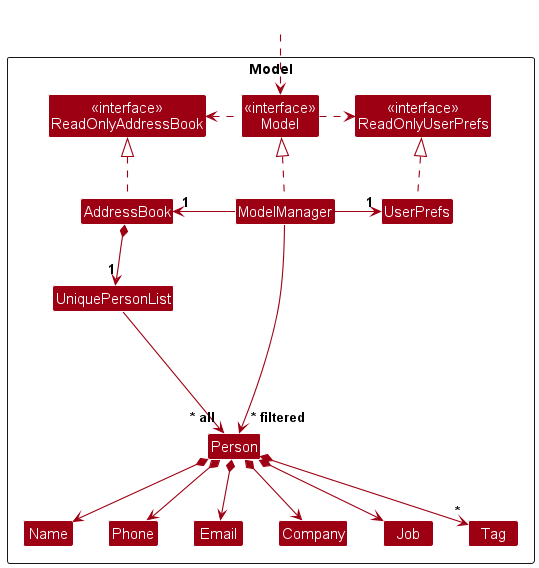
Earlier version of the PlantUML export docs/images/ModelClassDiagram.png (xavierpok/tp). The source it was exported from:
```plantuml
@startuml
!include style.puml
skinparam arrowThickness 1.1
skinparam arrowColor MODEL_COLOR
skinparam classBackgroundColor MODEL_COLOR

Package Model as ModelPackage <<Rectangle>>{
Class "<<interface>>\nReadOnlyAddressBook" as ReadOnlyAddressBook
Class "<<interface>>\nReadOnlyUserPrefs" as ReadOnlyUserPrefs
Class "<<interface>>\nModel" as Model
Class AddressBook
Class ModelManager
Class UserPrefs

Class UniquePersonList
Class Person
Class Email
Class Name
Class Phone
Class Company
Class Job
Class Tag

Class I #FFFFFF
}

Class HiddenOutside #FFFFFF
HiddenOutside ..> Model

AddressBook .up.|> ReadOnlyAddressBook

ModelManager .up.|> Model
Model .right.> ReadOnlyUserPrefs
Model .left.> ReadOnlyAddressBook
ModelManager -left-> "1" AddressBook
ModelManager -right-> "1" UserPrefs
UserPrefs .up.|> ReadOnlyUserPrefs

AddressBook *--> "1" UniquePersonList
UniquePersonList --> "~* all" Person
Person *--> Name
Person *--> Phone
Person *--> Email
Person *--> Company
Person *--> Job
Person *--> "*" Tag

Person -[hidden]up--> I
UniquePersonList -[hidden]right-> I

Name -[hidden]right-> Phone
Phone -[hidden]right-> Email
Email -[hidden]right-> Company

ModelManager --> "~* filtered" Person
@enduml
```
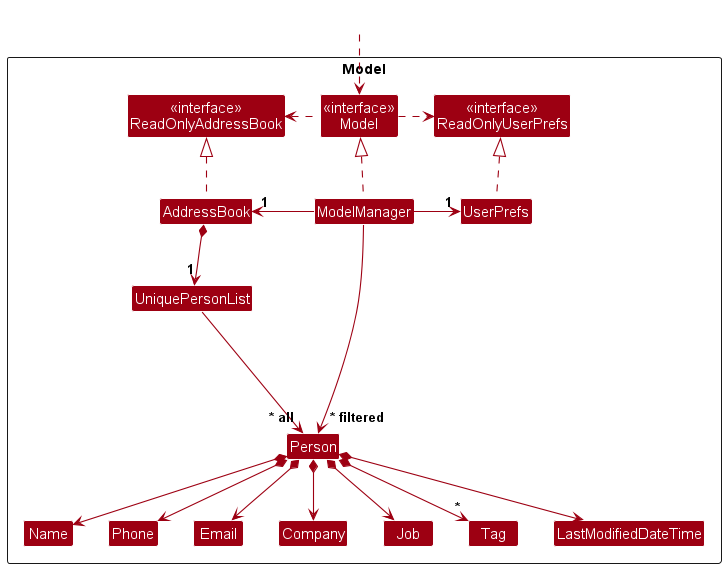
The same diagram one commit later.

What changed in the source:
```diff
@@ -20,6 +20,7 @@
 Class Company
 Class Job
 Class Tag
+Class LastModifiedDateTime
 
 Class I #FFFFFF
 }
@@ -44,6 +45,7 @@
 Person *--> Company
 Person *--> Job
 Person *--> "*" Tag
+Person *--> LastModifiedDateTime
 
 Person -[hidden]up--> I
 UniquePersonList -[hidden]right-> I
```
